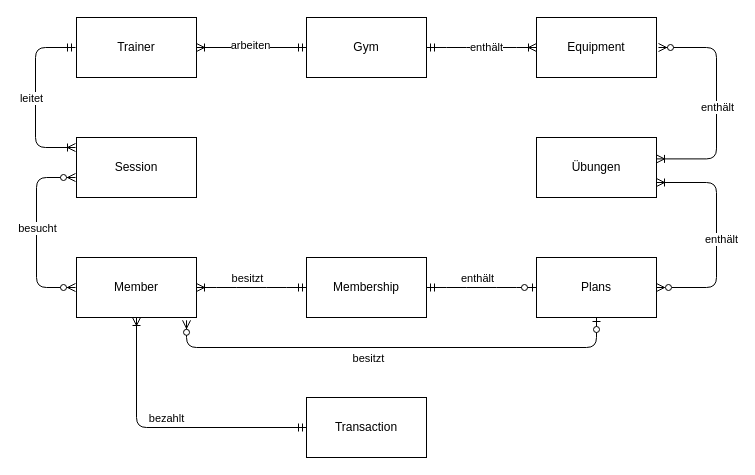
Earlier version of the draw.io diagram gym.drawio (lauradubach/Modul-SQL). Source tidied: cells renumbered, new cells numbered last; positions are measured from the earlier drawing's top-left corner, leaving out a move shared by most shapes. Both pictures are drawn from the tidied source at 100%, with x=0, y=0 at pixel (35, 17).
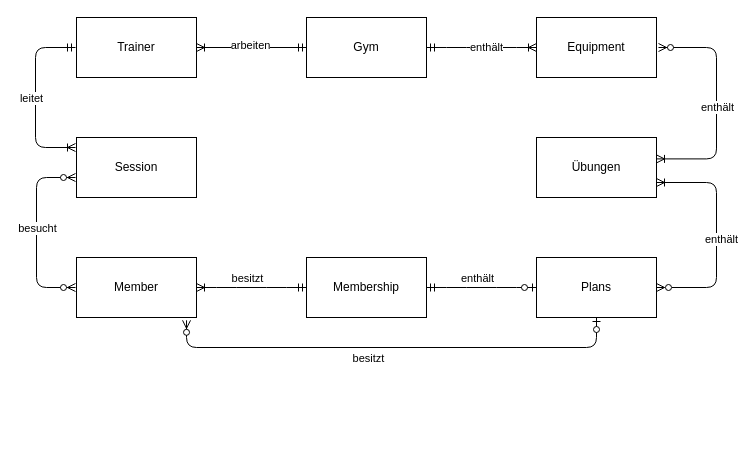
The same diagram, later.

The change refers to these unchanged cells:
```xml
<mxCell id="7" value="Member" style="rounded=0;whiteSpace=wrap;html=1;" parent="1" vertex="1">
  <mxGeometry x="41" y="240" width="120" height="60" as="geometry" />
</mxCell>
```

The edit, as a diff of the source:
```diff
@@
-    <mxCell id="9" value="Transaction" style="rounded=0;whiteSpace=wrap;html=1;" parent="1" vertex="1">
-      <mxGeometry x="271" y="380" width="120" height="60" as="geometry" />
-    </mxCell>
@@
-    <mxCell id="22" style="edgeStyle=orthogonalEdgeStyle;fontSize=12;html=1;endArrow=ERoneToMany;startArrow=ERmandOne;entryX=0.5;entryY=1;entryDx=0;entryDy=0;exitX=0;exitY=0.5;exitDx=0;exitDy=0;" parent="1" edge="1" source="9" target="7">
-      <mxGeometry relative="1" as="geometry" />
-    </mxCell>
-    <mxCell id="23" value="bezahlt" style="edgeLabel;html=1;align=center;verticalAlign=middle;" parent="22" vertex="1">
-      <mxGeometry x="0.01" y="3" relative="1" as="geometry">
-        <mxPoint y="-13" as="offset" />
-      </mxGeometry>
-    </mxCell>
```
